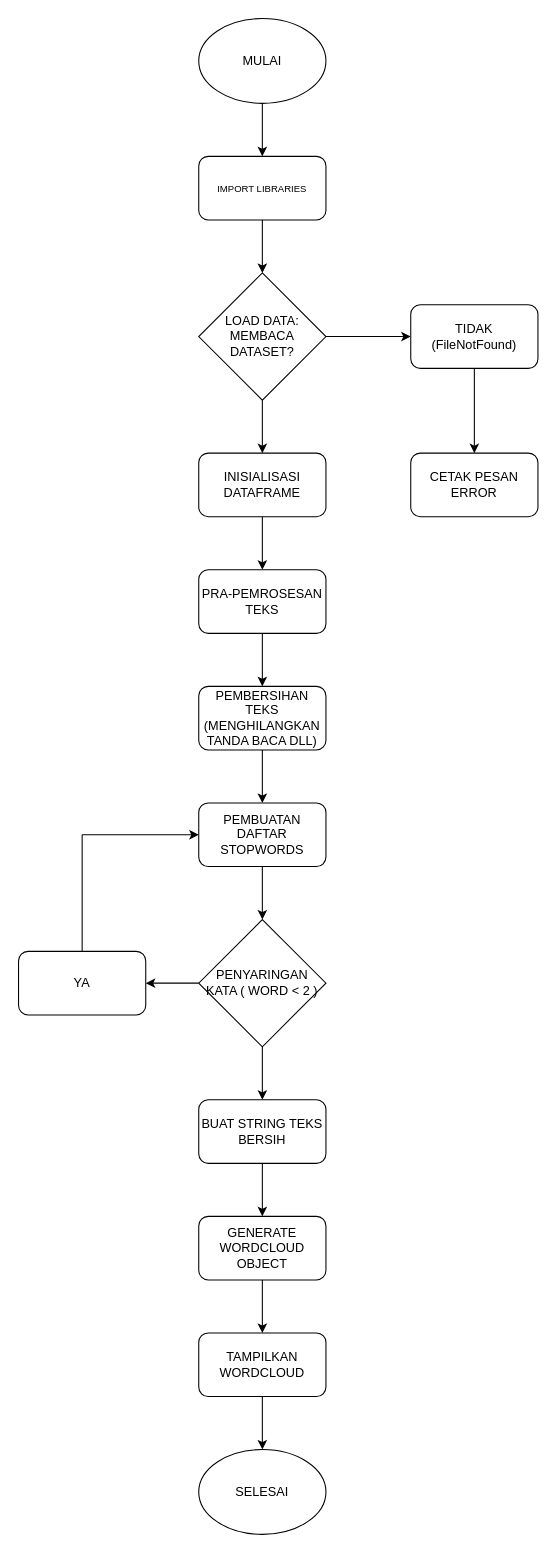
The draw.io diagram flowchart.drawio in galihpratamaa16/text-mining, before the edit. Source tidied: cells renumbered, new cells numbered last; positions are measured from the earlier drawing's top-left corner, leaving out a move shared by most shapes. Both pictures are drawn from the tidied source at 106%, with x=0, y=0 at pixel (18, 18).
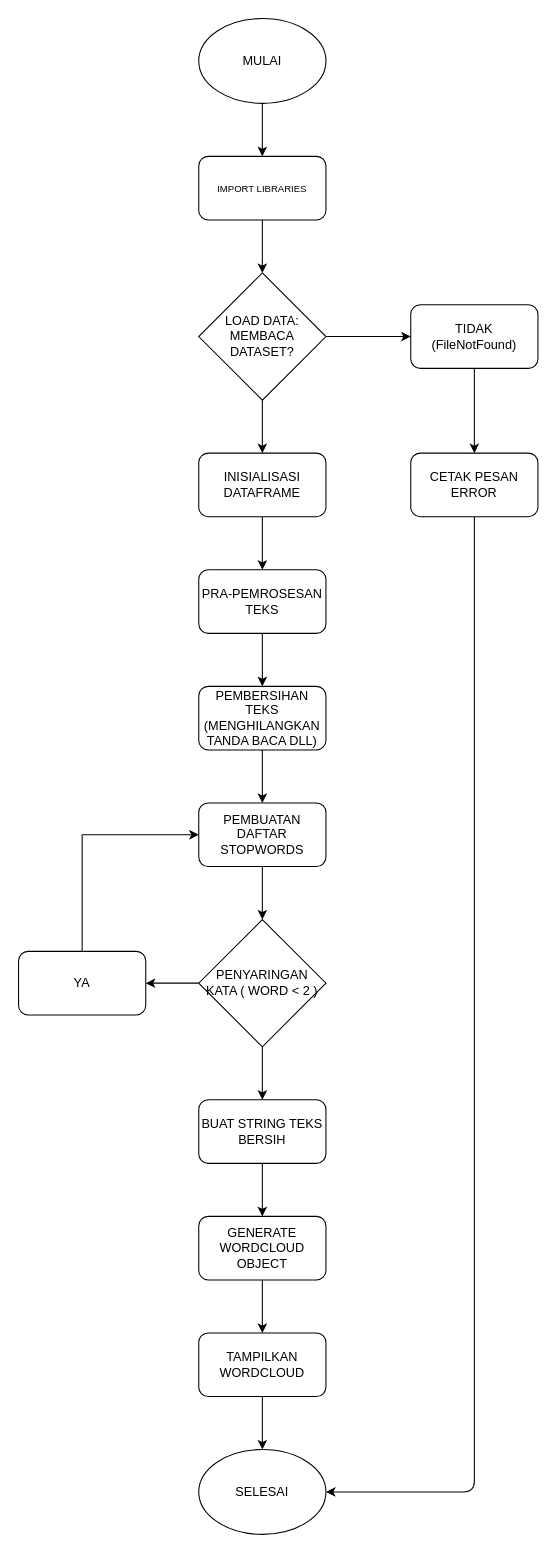
The same page after the edit.

Commit message:
revisi flowchart

The change refers to these unchanged cells:
```xml
<mxCell id="11" value="CETAK PESAN ERROR" style="rounded=1;whiteSpace=wrap;html=1;" parent="1" vertex="1">
  <mxGeometry x="370" y="410" width="120" height="60" as="geometry" />
</mxCell>
<mxCell id="32" value="SELESAI" style="ellipse;whiteSpace=wrap;html=1;" parent="1" vertex="1">
  <mxGeometry x="170" y="1350" width="120" height="80" as="geometry" />
</mxCell>
```

Diff of the diagram source:
```diff
@@
+    <mxCell id="33" style="edgeStyle=none;html=1;entryX=1;entryY=0.5;entryDx=0;entryDy=0;" parent="1" edge="1" source="11" target="32">
+      <mxGeometry relative="1" as="geometry">
+        <Array as="points">
+          <mxPoint x="430" y="1390" />
+        </Array>
+      </mxGeometry>
+    </mxCell>
```
